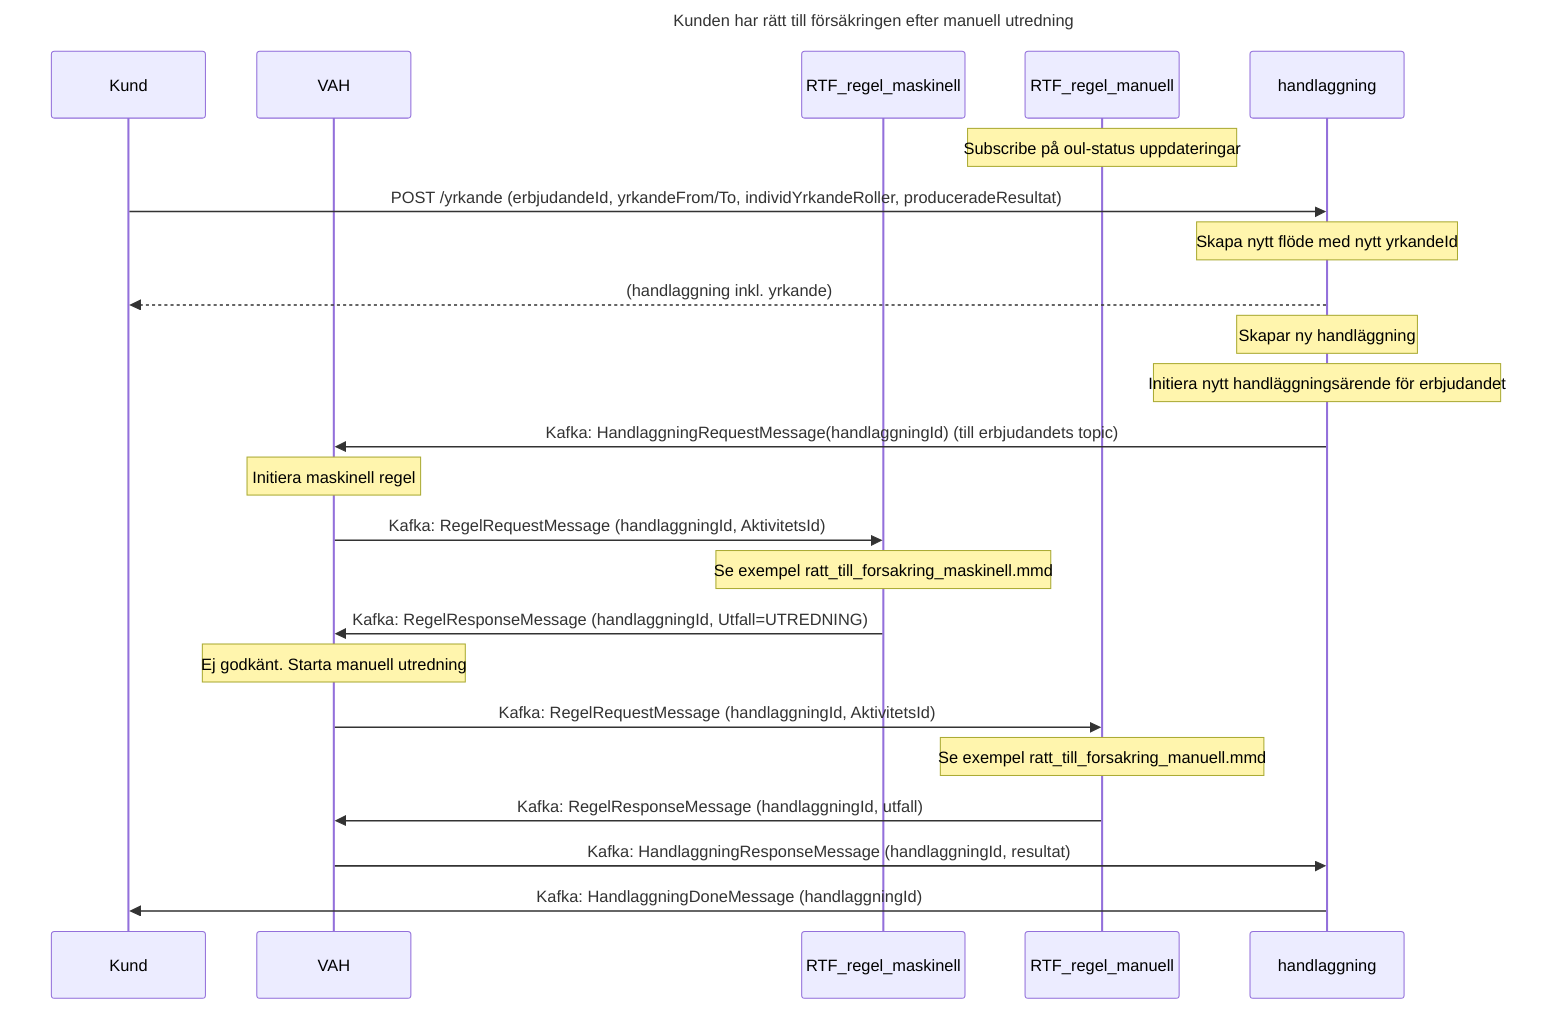
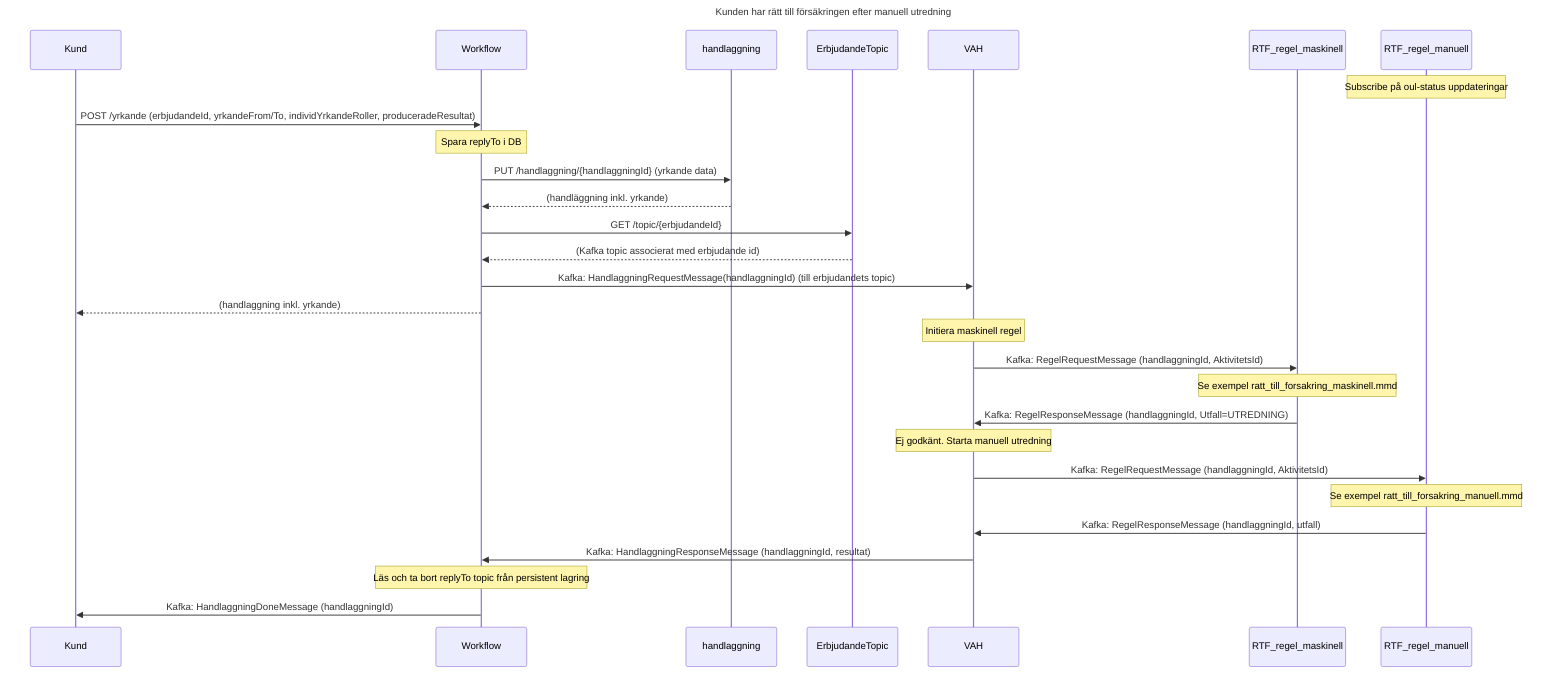
sequenceDiagram
    title Kunden har rätt till försäkringen efter manuell utredning
    participant Kund
+     participant Workflow
+     participant handlaggning
+     participant ErbjudandeTopic
    participant VAH
    participant RTF_regel_maskinell
    participant RTF_regel_manuell
-     participant handlaggning

    note over RTF_regel_manuell: Subscribe på oul-status uppdateringar

-     Kund ->> handlaggning: POST /yrkande (erbjudandeId, yrkandeFrom/To, individYrkandeRoller, produceradeResultat)
-     note over handlaggning: Skapa nytt flöde med nytt yrkandeId
-     handlaggning -->> Kund: (handlaggning inkl. yrkande)
-     note over handlaggning: Skapar ny handläggning
- 
-     note over handlaggning: Initiera nytt handläggningsärende för erbjudandet
-     handlaggning ->> VAH: Kafka: HandlaggningRequestMessage(handlaggningId) (till erbjudandets topic)
+     Kund ->> Workflow: POST /yrkande (erbjudandeId, yrkandeFrom/To, individYrkandeRoller, produceradeResultat)
+     note over Workflow: Spara replyTo i DB
+     Workflow ->> handlaggning: PUT /handlaggning/{handlaggningId} (yrkande data)
+     handlaggning -->> Workflow: (handläggning inkl. yrkande)
+     Workflow ->> ErbjudandeTopic: GET /topic/{erbjudandeId}
+     ErbjudandeTopic -->> Workflow: (Kafka topic associerat med erbjudande id)
+     Workflow ->> VAH: Kafka: HandlaggningRequestMessage(handlaggningId) (till erbjudandets topic)
+     Workflow -->> Kund: (handlaggning inkl. yrkande)

    note over VAH: Initiera maskinell regel

    VAH ->> RTF_regel_maskinell: Kafka: RegelRequestMessage (handlaggningId, AktivitetsId)

    note over RTF_regel_maskinell: Se exempel ratt_till_forsakring_maskinell.mmd

    RTF_regel_maskinell ->> VAH: Kafka: RegelResponseMessage (handlaggningId, Utfall=UTREDNING)
    note over VAH: Ej godkänt. Starta manuell utredning

    VAH ->> RTF_regel_manuell: Kafka: RegelRequestMessage (handlaggningId, AktivitetsId)

    note over RTF_regel_manuell: Se exempel ratt_till_forsakring_manuell.mmd

    RTF_regel_manuell ->> VAH: Kafka: RegelResponseMessage (handlaggningId, utfall)

-     VAH ->> handlaggning: Kafka: HandlaggningResponseMessage (handlaggningId, resultat)
+     VAH ->> Workflow: Kafka: HandlaggningResponseMessage (handlaggningId, resultat)
+     note over Workflow: Läs och ta bort replyTo topic från persistent lagring

-     handlaggning ->> Kund: Kafka: HandlaggningDoneMessage (handlaggningId)
+     Workflow ->> Kund: Kafka: HandlaggningDoneMessage (handlaggningId)